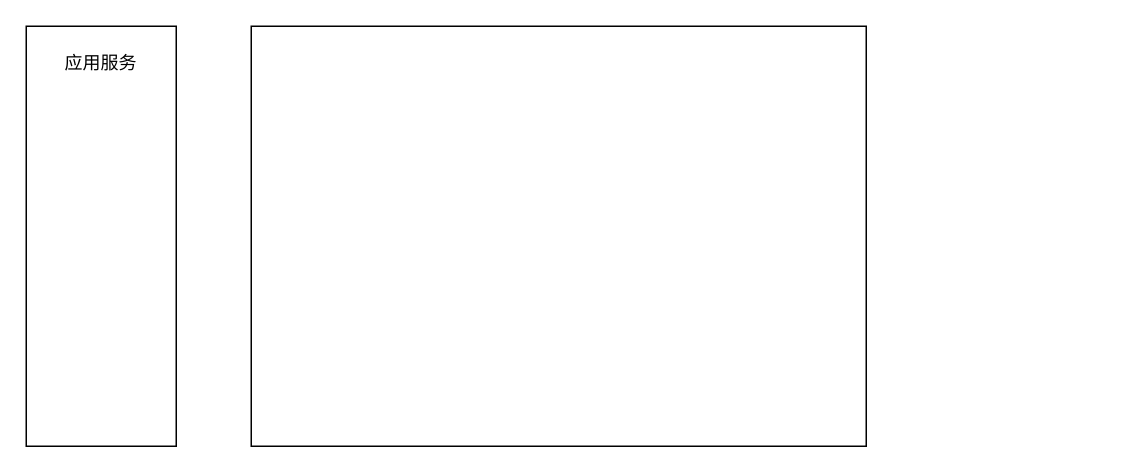
This is 短信平台架构图.drawio from yueming158/draw, a draw.io file, before an edit. Source tidied: cells renumbered, new cells numbered last; positions are measured from the earlier drawing's top-left corner, leaving out a move shared by most shapes. Both pictures are drawn from the tidied source at 150%, with x=0, y=0 at pixel (26, 26).
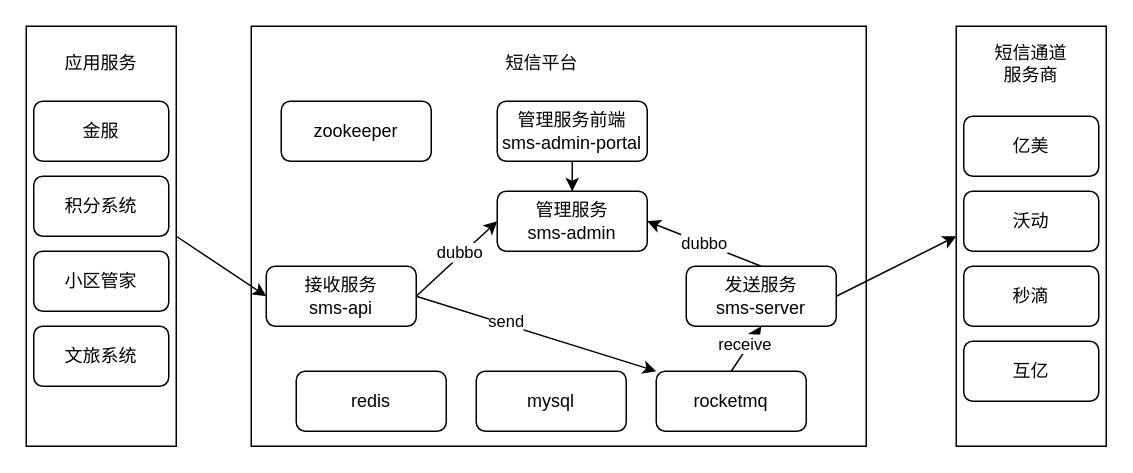
After the change.

Commit message:
更新短信平台架构图.drawio

Unchanged cells that the change refers to:
```xml
<mxCell id="2" value="&lt;div style=&quot;&quot;&gt;&lt;br&gt;&lt;/div&gt;" style="rounded=0;whiteSpace=wrap;html=1;align=center;" parent="1" vertex="1">
  <mxGeometry width="100" height="280" as="geometry" />
</mxCell>
```

Diff of the diagram source:
```diff
@@
+    <mxCell id="5" value="短信平台" style="text;html=1;strokeColor=none;fillColor=none;align=center;verticalAlign=middle;whiteSpace=wrap;rounded=0;" parent="1" vertex="1">
+      <mxGeometry x="314" y="10" width="60" height="30" as="geometry" />
+    </mxCell>
+    <mxCell id="6" value="&lt;div style=&quot;&quot;&gt;&lt;br&gt;&lt;/div&gt;" style="rounded=0;whiteSpace=wrap;html=1;align=center;" parent="1" vertex="1">
+      <mxGeometry x="620" width="100" height="280" as="geometry" />
+    </mxCell>
+    <mxCell id="7" value="短信通道服务商" style="text;html=1;strokeColor=none;fillColor=none;align=center;verticalAlign=middle;whiteSpace=wrap;rounded=0;" parent="1" vertex="1">
+      <mxGeometry x="640" y="10" width="60" height="30" as="geometry" />
+    </mxCell>
+    <mxCell id="8" value="金服" style="rounded=1;whiteSpace=wrap;html=1;" parent="1" vertex="1">
+      <mxGeometry x="5" y="50" width="90" height="40" as="geometry" />
+    </mxCell>
+    <mxCell id="9" value="积分系统" style="rounded=1;whiteSpace=wrap;html=1;" parent="1" vertex="1">
+      <mxGeometry x="5" y="100" width="90" height="40" as="geometry" />
+    </mxCell>
+    <mxCell id="10" value="小区管家" style="rounded=1;whiteSpace=wrap;html=1;" parent="1" vertex="1">
+      <mxGeometry x="5" y="150" width="90" height="40" as="geometry" />
+    </mxCell>
+    <mxCell id="11" value="文旅系统" style="rounded=1;whiteSpace=wrap;html=1;" parent="1" vertex="1">
+      <mxGeometry x="5" y="200" width="90" height="40" as="geometry" />
+    </mxCell>
+    <mxCell id="12" value="接收服务&lt;br&gt;sms-api" style="rounded=1;whiteSpace=wrap;html=1;" parent="1" vertex="1">
+      <mxGeometry x="160" y="160" width="100" height="40" as="geometry" />
+    </mxCell>
+    <mxCell id="13" value="发送服务&lt;br&gt;sms-server" style="rounded=1;whiteSpace=wrap;html=1;" parent="1" vertex="1">
+      <mxGeometry x="440" y="160" width="100" height="40" as="geometry" />
+    </mxCell>
+    <mxCell id="14" value="管理服务&lt;br&gt;sms-admin" style="rounded=1;whiteSpace=wrap;html=1;" parent="1" vertex="1">
+      <mxGeometry x="314" y="110" width="100" height="40" as="geometry" />
+    </mxCell>
+    <mxCell id="15" value="管理服务前端&lt;br&gt;sms-admin-portal" style="rounded=1;whiteSpace=wrap;html=1;" parent="1" vertex="1">
+      <mxGeometry x="314" y="50" width="100" height="40" as="geometry" />
+    </mxCell>
+    <mxCell id="16" value="redis" style="rounded=1;whiteSpace=wrap;html=1;" parent="1" vertex="1">
+      <mxGeometry x="180" y="230" width="100" height="40" as="geometry" />
+    </mxCell>
+    <mxCell id="17" value="mysql" style="rounded=1;whiteSpace=wrap;html=1;" parent="1" vertex="1">
+      <mxGeometry x="300" y="230" width="100" height="40" as="geometry" />
+    </mxCell>
+    <mxCell id="18" value="rocketmq" style="rounded=1;whiteSpace=wrap;html=1;" parent="1" vertex="1">
+      <mxGeometry x="420" y="230" width="100" height="40" as="geometry" />
+    </mxCell>
+    <mxCell id="19" value="zookeeper" style="rounded=1;whiteSpace=wrap;html=1;" parent="1" vertex="1">
+      <mxGeometry x="170" y="50" width="100" height="40" as="geometry" />
+    </mxCell>
+    <mxCell id="20" value="亿美" style="rounded=1;whiteSpace=wrap;html=1;" parent="1" vertex="1">
+      <mxGeometry x="625" y="60" width="90" height="40" as="geometry" />
+    </mxCell>
+    <mxCell id="21" value="沃动" style="rounded=1;whiteSpace=wrap;html=1;" parent="1" vertex="1">
+      <mxGeometry x="625" y="110" width="90" height="40" as="geometry" />
+    </mxCell>
+    <mxCell id="22" value="秒滴" style="rounded=1;whiteSpace=wrap;html=1;" parent="1" vertex="1">
+      <mxGeometry x="625" y="160" width="90" height="40" as="geometry" />
+    </mxCell>
+    <mxCell id="23" value="互亿" style="rounded=1;whiteSpace=wrap;html=1;" parent="1" vertex="1">
+      <mxGeometry x="625" y="210" width="90" height="40" as="geometry" />
+    </mxCell>
+    <mxCell id="24" style="endArrow=classic;html=1;rounded=0;exitX=1;exitY=0.5;exitDx=0;exitDy=0;entryX=0;entryY=0.5;entryDx=0;entryDy=0;" parent="1" edge="1" source="13" target="6">
+      <mxGeometry relative="1" as="geometry" />
+    </mxCell>
+    <mxCell id="25" style="endArrow=classic;html=1;rounded=0;exitX=1;exitY=0.5;exitDx=0;exitDy=0;entryX=0;entryY=0.5;entryDx=0;entryDy=0;" parent="1" edge="1" source="2" target="12">
+      <mxGeometry relative="1" as="geometry" />
+    </mxCell>
+    <mxCell id="26" style="endArrow=classic;html=1;rounded=0;exitX=1;exitY=0.5;exitDx=0;exitDy=0;entryX=0;entryY=0.5;entryDx=0;entryDy=0;" parent="1" edge="1" source="12" target="14">
+      <mxGeometry relative="1" as="geometry" />
+    </mxCell>
+    <mxCell id="27" value="dubbo" style="edgeLabel;html=1;align=center;verticalAlign=middle;" parent="26" vertex="1">
+      <mxGeometry x="0.11" y="2" relative="1" as="geometry" />
+    </mxCell>
+    <mxCell id="28" style="endArrow=classic;html=1;rounded=0;exitX=1;exitY=0.5;exitDx=0;exitDy=0;entryX=0;entryY=0;entryDx=0;entryDy=0;" parent="1" edge="1" source="12" target="18">
+      <mxGeometry relative="1" as="geometry" />
+    </mxCell>
+    <mxCell id="29" value="send" style="edgeLabel;html=1;align=center;verticalAlign=middle;" parent="28" vertex="1">
+      <mxGeometry x="-0.26" y="2" relative="1" as="geometry" />
+    </mxCell>
+    <mxCell id="30" style="endArrow=classic;html=1;rounded=0;exitX=0.5;exitY=0;exitDx=0;exitDy=0;" parent="1" edge="1" source="14">
+      <mxGeometry relative="1" as="geometry">
+        <mxPoint x="364" y="110" as="targetPoint" />
+        <Array as="points">
+          <mxPoint x="364" y="90" />
+        </Array>
+      </mxGeometry>
+    </mxCell>
+    <mxCell id="31" style="endArrow=classic;html=1;rounded=0;entryX=0.5;entryY=1;entryDx=0;entryDy=0;" parent="1" edge="1" target="13">
+      <mxGeometry relative="1" as="geometry">
+        <mxPoint x="470" y="230" as="sourcePoint" />
+      </mxGeometry>
+    </mxCell>
+    <mxCell id="32" value="receive" style="edgeLabel;html=1;align=center;verticalAlign=middle;" parent="31" vertex="1">
+      <mxGeometry x="0.08" y="3" relative="1" as="geometry">
+        <mxPoint y="-1" as="offset" />
+      </mxGeometry>
+    </mxCell>
+    <mxCell id="33" value="dubbo" style="endArrow=classic;html=1;rounded=0;entryX=1;entryY=0.5;entryDx=0;entryDy=0;" parent="1" edge="1" target="14">
+      <mxGeometry relative="1" as="geometry">
+        <mxPoint x="490" y="160" as="sourcePoint" />
+      </mxGeometry>
+    </mxCell>
```
